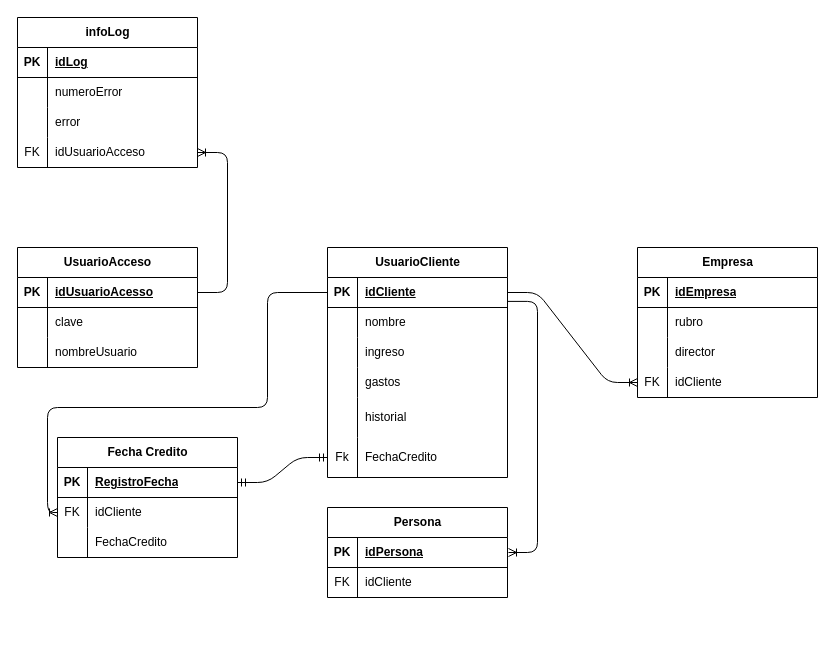
The draw.io diagram EdgarCood.drawio in Sainjan/Refrito_Creditos, before the edit. Source tidied: cells renumbered, new cells numbered last; positions are measured from the earlier drawing's top-left corner, leaving out a move shared by most shapes. Both pictures are drawn from the tidied source at 100%, with x=0, y=0 at pixel (17, 17).
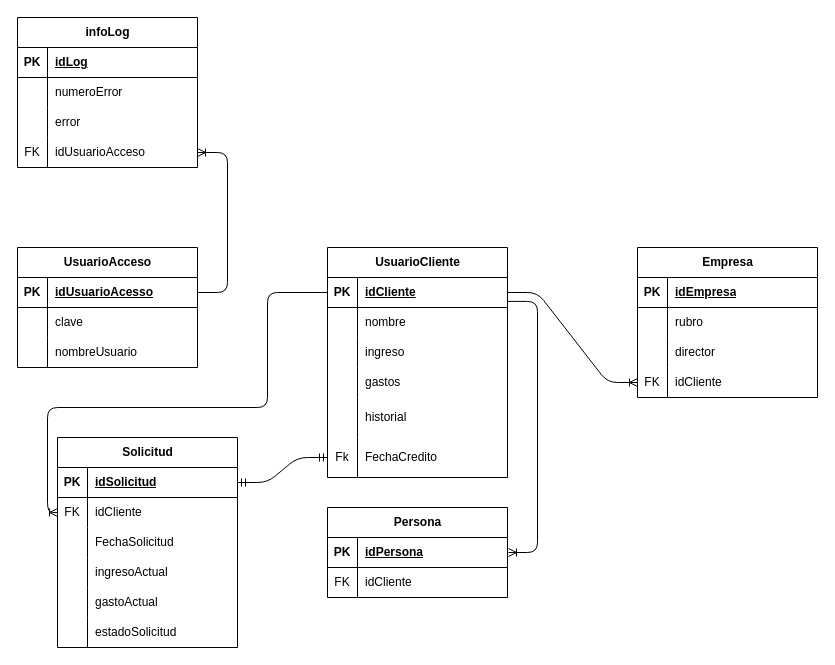
The same diagram, later.

Unchanged cells that the change refers to:
```xml
<mxCell id="68" style="shape=tableRow;horizontal=0;startSize=0;swimlaneHead=0;swimlaneBody=0;fillColor=none;points=[[0,0.5],[1,0.5]];portConstraint=eastwest;top=0;left=0;right=0;bottom=1;" parent="67" vertex="1">
  <mxGeometry y="30" width="180" height="30" as="geometry" />
</mxCell>
<mxCell id="74" style="shape=tableRow;horizontal=0;startSize=0;swimlaneHead=0;swimlaneBody=0;fillColor=none;top=0;left=0;right=0;bottom=0;" parent="67" vertex="1">
  <mxGeometry y="90" width="180" height="30" as="geometry" />
</mxCell>
```

Diff of the diagram source:
```diff
@@
-    <mxCell id="67" value="Fecha Credito" style="shape=table;startSize=30;childLayout=tableLayout;rowLines=0;fontStyle=1;align=center;html=1;" parent="1" vertex="1">
-      <mxGeometry x="40" y="420" width="180" height="120" as="geometry" />
+    <mxCell id="67" value="Solicitud" style="shape=table;startSize=30;childLayout=tableLayout;rowLines=0;fontStyle=1;align=center;html=1;" parent="1" vertex="1">
+      <mxGeometry x="40" y="420" width="180" height="210" as="geometry" />
     </mxCell>
@@
-    <mxCell id="70" value="RegistroFecha" style="shape=partialRectangle;fillColor=none;top=0;left=0;bottom=0;right=0;align=left;spacingLeft=6;fontStyle=5;overflow=hidden;whiteSpace=wrap;html=1;" parent="68" vertex="1">
+    <mxCell id="70" value="idSolicitud" style="shape=partialRectangle;fillColor=none;top=0;left=0;bottom=0;right=0;align=left;spacingLeft=6;fontStyle=5;overflow=hidden;whiteSpace=wrap;html=1;" parent="68" vertex="1">
       <mxGeometry x="30" width="150" height="30" as="geometry" />
     </mxCell>
@@
-    <mxCell id="76" value="FechaCredito" style="shape=partialRectangle;fillColor=none;top=0;left=0;bottom=0;right=0;align=left;spacingLeft=6;overflow=hidden;whiteSpace=wrap;html=1;" parent="74" vertex="1">
+    <mxCell id="76" value="FechaSolicitud" style="shape=partialRectangle;fillColor=none;top=0;left=0;bottom=0;right=0;align=left;spacingLeft=6;overflow=hidden;whiteSpace=wrap;html=1;" parent="74" vertex="1">
       <mxGeometry x="30" width="150" height="30" as="geometry" />
     </mxCell>
+    <mxCell id="79" style="shape=tableRow;horizontal=0;startSize=0;swimlaneHead=0;swimlaneBody=0;fillColor=none;top=0;left=0;right=0;bottom=0;" parent="67" vertex="1">
+      <mxGeometry y="120" width="180" height="30" as="geometry" />
+    </mxCell>
+    <mxCell id="80" style="shape=partialRectangle;fillColor=none;top=0;left=0;bottom=0;right=0;overflow=hidden;whiteSpace=wrap;html=1;" parent="79" vertex="1">
+      <mxGeometry width="30" height="30" as="geometry" />
+    </mxCell>
+    <mxCell id="81" value="ingresoActual" style="shape=partialRectangle;fillColor=none;top=0;left=0;bottom=0;right=0;align=left;spacingLeft=6;overflow=hidden;whiteSpace=wrap;html=1;" parent="79" vertex="1">
+      <mxGeometry x="30" width="150" height="30" as="geometry" />
+    </mxCell>
+    <mxCell id="82" style="shape=tableRow;horizontal=0;startSize=0;swimlaneHead=0;swimlaneBody=0;fillColor=none;top=0;left=0;right=0;bottom=0;" parent="67" vertex="1">
+      <mxGeometry y="150" width="180" height="30" as="geometry" />
+    </mxCell>
+    <mxCell id="83" style="shape=partialRectangle;fillColor=none;top=0;left=0;bottom=0;right=0;overflow=hidden;whiteSpace=wrap;html=1;" parent="82" vertex="1">
+      <mxGeometry width="30" height="30" as="geometry" />
+    </mxCell>
+    <mxCell id="84" value="gastoActual" style="shape=partialRectangle;fillColor=none;top=0;left=0;bottom=0;right=0;align=left;spacingLeft=6;overflow=hidden;whiteSpace=wrap;html=1;" parent="82" vertex="1">
+      <mxGeometry x="30" width="150" height="30" as="geometry" />
+    </mxCell>
+    <mxCell id="85" style="shape=tableRow;horizontal=0;startSize=0;swimlaneHead=0;swimlaneBody=0;fillColor=none;top=0;left=0;right=0;bottom=0;" parent="67" vertex="1">
+      <mxGeometry y="180" width="180" height="30" as="geometry" />
+    </mxCell>
+    <mxCell id="86" style="shape=partialRectangle;fillColor=none;top=0;left=0;bottom=0;right=0;overflow=hidden;whiteSpace=wrap;html=1;" parent="85" vertex="1">
+      <mxGeometry width="30" height="30" as="geometry" />
+    </mxCell>
+    <mxCell id="87" value="estadoSolicitud" style="shape=partialRectangle;fillColor=none;top=0;left=0;bottom=0;right=0;align=left;spacingLeft=6;overflow=hidden;whiteSpace=wrap;html=1;" parent="85" vertex="1">
+      <mxGeometry x="30" width="150" height="30" as="geometry" />
+    </mxCell>
```
